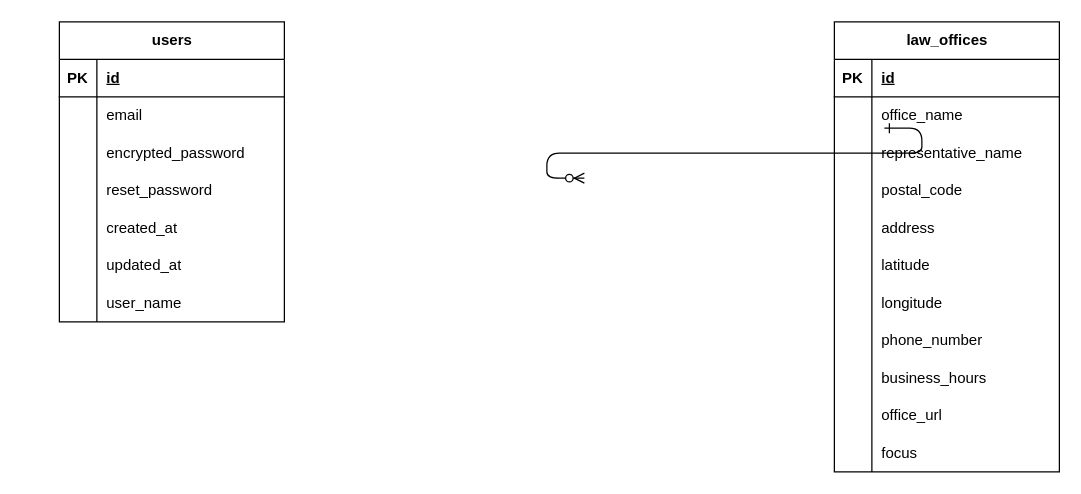
Above: law_office_search_ER.drawio in kawakami1995/law_office_search (draw.io), before the change. Source tidied: cells renumbered, new cells numbered last; positions are measured from the earlier drawing's top-left corner, leaving out a move shared by most shapes. Both pictures are drawn from the tidied source at 125%, with x=0, y=0 at pixel (59, 21).
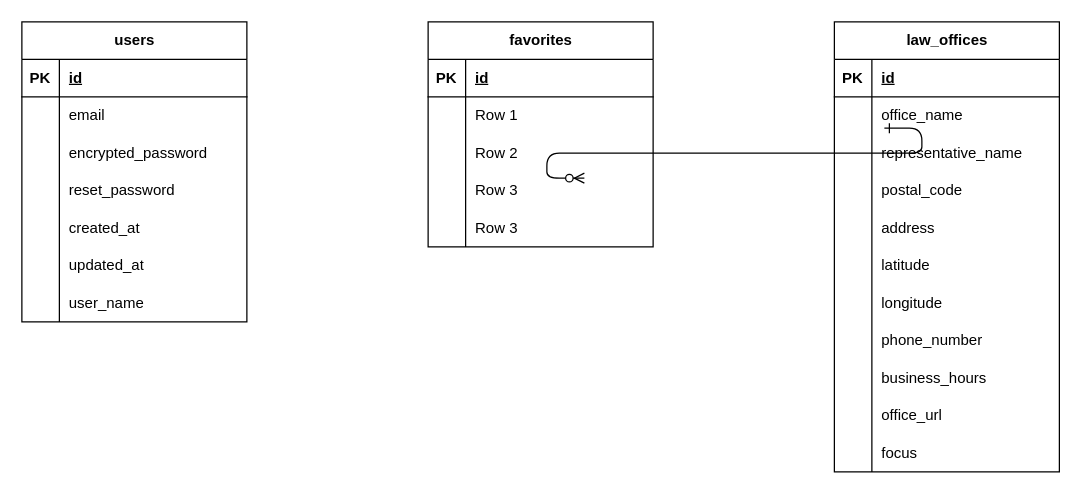
After the change.

Commit message:
law_office_search_ER.drawio を更新します

What changed in the source:
```diff
@@
     <mxCell id="3" value="users" style="shape=table;startSize=30;childLayout=tableLayout;rowLines=0;fontStyle=1;align=center;html=1;" parent="1" vertex="1">
-      <mxGeometry width="180" height="240" as="geometry" />
+      <mxGeometry x="-30" width="180" height="240" as="geometry" />
     </mxCell>
@@
+    <mxCell id="59" value="favorites" style="shape=table;startSize=30;childLayout=tableLayout;rowLines=0;fontStyle=1;align=center;html=1;" parent="1" vertex="1">
+      <mxGeometry x="295" width="180" height="180" as="geometry" />
+    </mxCell>
+    <mxCell id="60" style="shape=tableRow;horizontal=0;startSize=0;swimlaneHead=0;swimlaneBody=0;fillColor=none;top=0;left=0;right=0;bottom=1;" parent="59" vertex="1">
+      <mxGeometry y="30" width="180" height="30" as="geometry" />
+    </mxCell>
+    <mxCell id="61" value="PK" style="shape=partialRectangle;fillColor=none;top=0;left=0;bottom=0;right=0;fontStyle=1;overflow=hidden;whiteSpace=wrap;html=1;" parent="60" vertex="1">
+      <mxGeometry width="30" height="30" as="geometry" />
+    </mxCell>
+    <mxCell id="62" value="id" style="shape=partialRectangle;fillColor=none;top=0;left=0;bottom=0;right=0;align=left;spacingLeft=6;fontStyle=5;overflow=hidden;whiteSpace=wrap;html=1;" parent="60" vertex="1">
+      <mxGeometry x="30" width="150" height="30" as="geometry" />
+    </mxCell>
+    <mxCell id="63" style="shape=tableRow;horizontal=0;startSize=0;swimlaneHead=0;swimlaneBody=0;fillColor=none;top=0;left=0;right=0;bottom=0;" parent="59" vertex="1">
+      <mxGeometry y="60" width="180" height="30" as="geometry" />
+    </mxCell>
+    <mxCell id="64" style="shape=partialRectangle;fillColor=none;top=0;left=0;bottom=0;right=0;overflow=hidden;whiteSpace=wrap;html=1;" parent="63" vertex="1">
+      <mxGeometry width="30" height="30" as="geometry" />
+    </mxCell>
+    <mxCell id="65" value="Row 1" style="shape=partialRectangle;fillColor=none;top=0;left=0;bottom=0;right=0;align=left;spacingLeft=6;overflow=hidden;whiteSpace=wrap;html=1;" parent="63" vertex="1">
+      <mxGeometry x="30" width="150" height="30" as="geometry" />
+    </mxCell>
+    <mxCell id="66" style="shape=tableRow;horizontal=0;startSize=0;swimlaneHead=0;swimlaneBody=0;fillColor=none;top=0;left=0;right=0;bottom=0;" parent="59" vertex="1">
+      <mxGeometry y="90" width="180" height="30" as="geometry" />
+    </mxCell>
+    <mxCell id="67" style="shape=partialRectangle;fillColor=none;top=0;left=0;bottom=0;right=0;overflow=hidden;whiteSpace=wrap;html=1;" parent="66" vertex="1">
+      <mxGeometry width="30" height="30" as="geometry" />
+    </mxCell>
+    <mxCell id="68" value="Row 2" style="shape=partialRectangle;fillColor=none;top=0;left=0;bottom=0;right=0;align=left;spacingLeft=6;overflow=hidden;whiteSpace=wrap;html=1;" parent="66" vertex="1">
+      <mxGeometry x="30" width="150" height="30" as="geometry" />
+    </mxCell>
+    <mxCell id="69" style="shape=tableRow;horizontal=0;startSize=0;swimlaneHead=0;swimlaneBody=0;fillColor=none;top=0;left=0;right=0;bottom=0;" parent="59" vertex="1">
+      <mxGeometry y="120" width="180" height="30" as="geometry" />
+    </mxCell>
+    <mxCell id="70" style="shape=partialRectangle;fillColor=none;top=0;left=0;bottom=0;right=0;overflow=hidden;whiteSpace=wrap;html=1;" parent="69" vertex="1">
+      <mxGeometry width="30" height="30" as="geometry" />
+    </mxCell>
+    <mxCell id="71" value="Row 3" style="shape=partialRectangle;fillColor=none;top=0;left=0;bottom=0;right=0;align=left;spacingLeft=6;overflow=hidden;whiteSpace=wrap;html=1;" parent="69" vertex="1">
+      <mxGeometry x="30" width="150" height="30" as="geometry" />
+    </mxCell>
+    <mxCell id="72" style="shape=tableRow;horizontal=0;startSize=0;swimlaneHead=0;swimlaneBody=0;fillColor=none;top=0;left=0;right=0;bottom=0;" parent="59" vertex="1">
+      <mxGeometry y="150" width="180" height="30" as="geometry" />
+    </mxCell>
+    <mxCell id="73" style="shape=partialRectangle;fillColor=none;top=0;left=0;bottom=0;right=0;overflow=hidden;whiteSpace=wrap;html=1;" parent="72" vertex="1">
+      <mxGeometry width="30" height="30" as="geometry" />
+    </mxCell>
+    <mxCell id="74" value="Row 3" style="shape=partialRectangle;fillColor=none;top=0;left=0;bottom=0;right=0;align=left;spacingLeft=6;overflow=hidden;whiteSpace=wrap;html=1;" parent="72" vertex="1">
+      <mxGeometry x="30" width="150" height="30" as="geometry" />
+    </mxCell>
```
